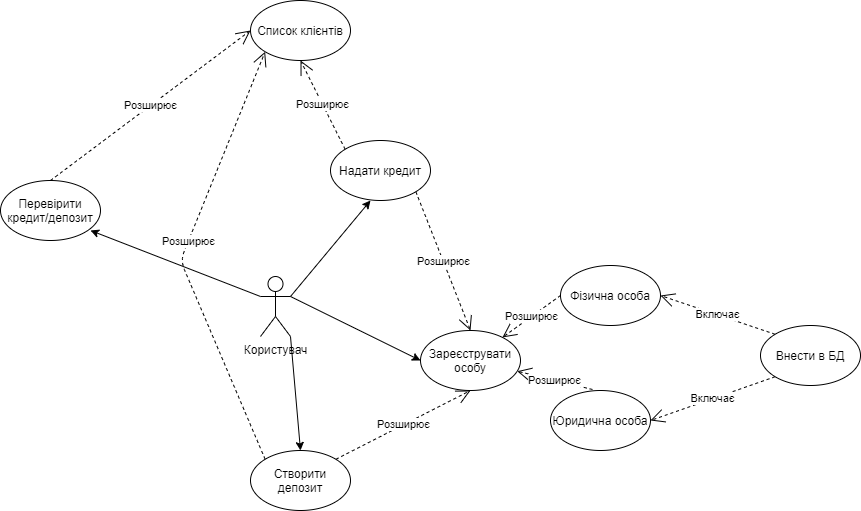
Before: Usecase.png, a diagram exported from draw.io (HermanSm23/Examen). Source tidied: cells renumbered, new cells last; positions are measured from the earlier drawing's top-left corner, leaving out a move shared by most shapes.
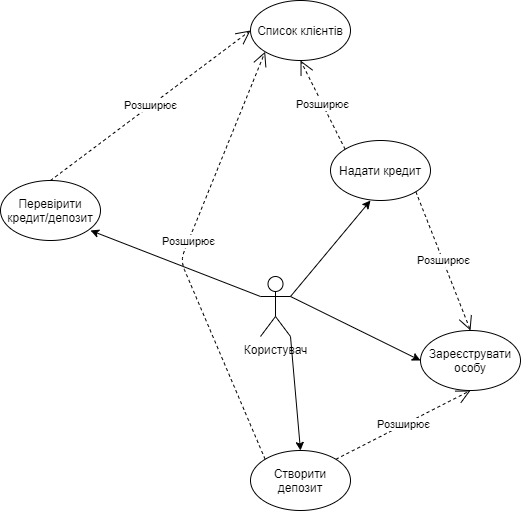
The same file after the commit.

Change to the diagram source:
```diff
@@ -8,18 +8,6 @@
     <mxCell id="3" value="Зареєструвати особу" style="ellipse;whiteSpace=wrap;html=1;" parent="1" vertex="1">
       <mxGeometry x="420" y="330" width="100" height="60" as="geometry" />
     </mxCell>
-    <mxCell id="4" value="Фізична особа" style="ellipse;whiteSpace=wrap;html=1;" parent="1" vertex="1">
-      <mxGeometry x="560" y="265" width="100" height="60" as="geometry" />
-    </mxCell>
-    <mxCell id="5" value="Юридична особа" style="ellipse;whiteSpace=wrap;html=1;" parent="1" vertex="1">
-      <mxGeometry x="550" y="390" width="100" height="60" as="geometry" />
-    </mxCell>
-    <mxCell id="6" value="Розширює" style="endArrow=open;endSize=12;dashed=1;html=1;exitX=0.42;exitY=-0.017;exitDx=0;exitDy=0;exitPerimeter=0;" parent="1" edge="1" source="5" target="3">
-      <mxGeometry relative="1" as="geometry" />
-    </mxCell>
-    <mxCell id="7" value="Розширює" style="endArrow=open;endSize=12;dashed=1;html=1;exitX=0;exitY=0.5;exitDx=0;exitDy=0;" parent="1" edge="1" source="4" target="3">
-      <mxGeometry relative="1" as="geometry" />
-    </mxCell>
     <mxCell id="8" style="endArrow=classic;html=1;exitX=1;exitY=0.3333333333333333;exitDx=0;exitDy=0;exitPerimeter=0;entryX=0;entryY=0.5;entryDx=0;entryDy=0;" parent="1" edge="1" target="3">
       <mxGeometry relative="1" as="geometry">
         <mxPoint x="290" y="296" as="sourcePoint" />
@@ -60,15 +48,6 @@
     <mxCell id="17" value="Розширює" style="endArrow=open;endSize=12;dashed=1;html=1;entryX=0.5;entryY=1;entryDx=0;entryDy=0;exitX=1;exitY=0;exitDx=0;exitDy=0;" parent="1" edge="1" source="12" target="3">
       <mxGeometry relative="1" as="geometry" />
     </mxCell>
-    <mxCell id="18" value="Внести в БД" style="ellipse;whiteSpace=wrap;html=1;" parent="1" vertex="1">
-      <mxGeometry x="760" y="325" width="100" height="60" as="geometry" />
-    </mxCell>
-    <mxCell id="19" value="Включає" style="endArrow=open;endSize=12;dashed=1;html=1;exitX=0;exitY=0;exitDx=0;exitDy=0;entryX=1;entryY=0.5;entryDx=0;entryDy=0;" parent="1" edge="1" source="18" target="4">
-      <mxGeometry relative="1" as="geometry" />
-    </mxCell>
-    <mxCell id="20" value="Включає" style="endArrow=open;endSize=12;dashed=1;html=1;exitX=0;exitY=1;exitDx=0;exitDy=0;entryX=1;entryY=0.5;entryDx=0;entryDy=0;" parent="1" edge="1" source="18" target="5">
-      <mxGeometry relative="1" as="geometry" />
-    </mxCell>
     <mxCell id="21" style="endArrow=classic;html=1;exitX=0;exitY=0.3333333333333333;exitDx=0;exitDy=0;exitPerimeter=0;" parent="1" edge="1" source="2">
       <mxGeometry relative="1" as="geometry">
         <mxPoint x="90" y="230" as="targetPoint" />
```
